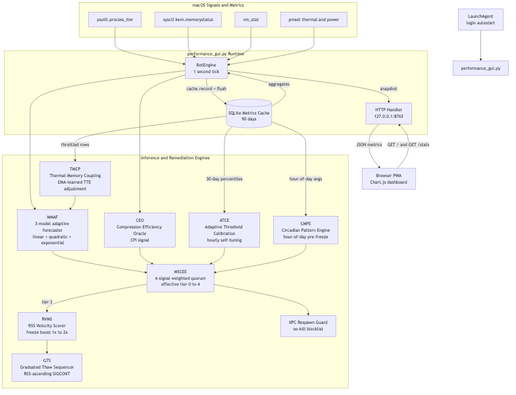
Earlier version of the Mermaid export docs/design-diagram.png (itsmeSugunakar/MAC_Perf_BOT). Its source is kept beside it as docs/design-diagram.mmd.
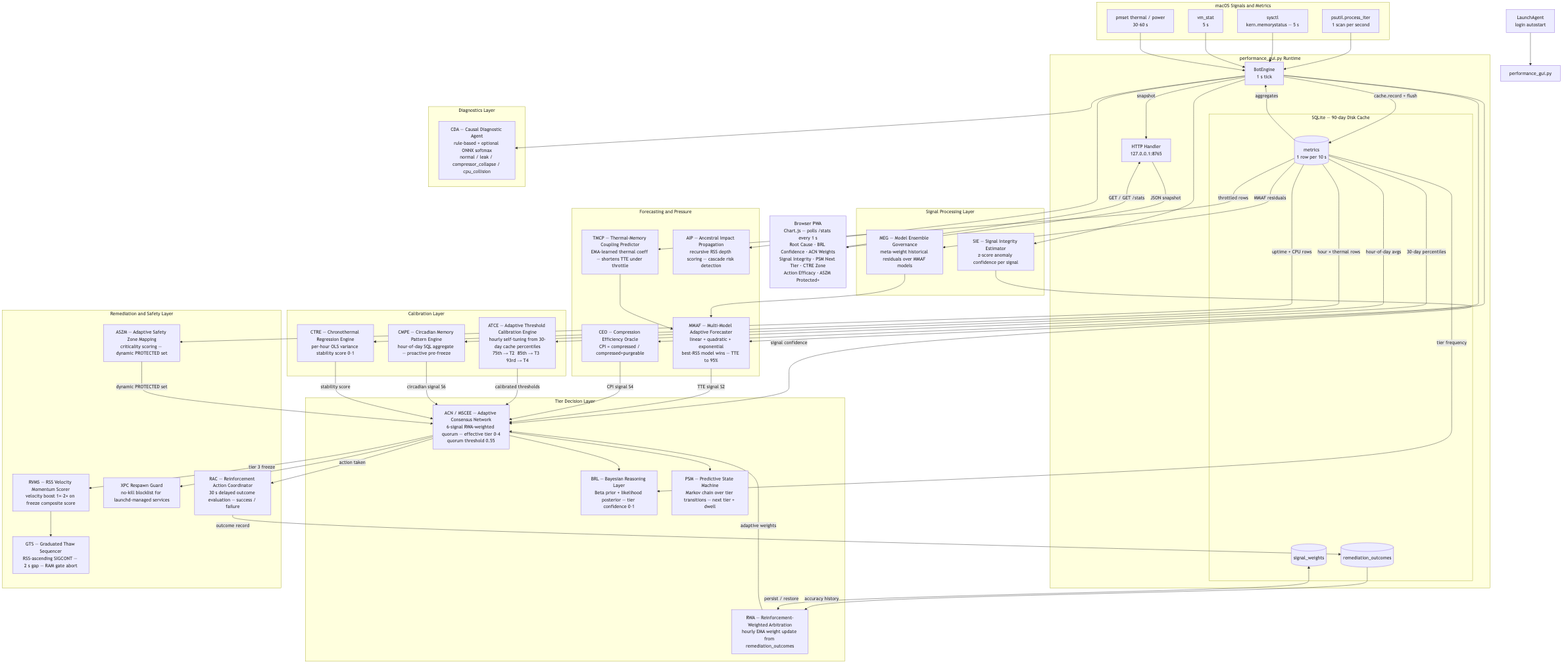
The same file after the commit.

Commit message:
feat: v2.0.0 — 5-layer autonomous resource management agent (19 engines)

What changed in the source:
```diff
@@ -2,20 +2,25 @@
   LA[LaunchAgent\nlogin autostart] --> GUI[performance_gui.py]
 
   subgraph APP[performance_gui.py Runtime]
-    BE[BotEngine\n1 second tick]
+    BE[BotEngine\n1 s tick]
     HTTP[HTTP Handler\n127.0.0.1:8765]
-    DB[(SQLite Metrics Cache\n90 days)]
+
+    subgraph STORE[SQLite — 90-day Disk Cache]
+      DM[(metrics\n1 row per 10 s)]
+      DRO[(remediation_outcomes)]
+      DSW[(signal_weights)]
+    end
 
     BE -->|snapshot| HTTP
-    BE -->|cache.record + flush| DB
-    DB -->|aggregates| BE
+    BE -->|cache.record + flush| DM
+    DM -->|aggregates| BE
   end
 
   subgraph OS[macOS Signals and Metrics]
-    PS[psutil.process_iter]
-    SYS[sysctl kern.memorystatus]
-    VM[vm_stat]
-    PM[pmset thermal and power]
+    PS[psutil.process_iter\n1 scan per second]
+    SYS[sysctl\nkern.memorystatus — 5 s]
+    VM[vm_stat\n5 s]
+    PM[pmset thermal / power\n30–60 s]
   end
 
   PS --> BE
@@ -23,31 +28,79 @@
   VM --> BE
   PM --> BE
 
-  subgraph ENGINES[Inference and Remediation Engines]
-    MMAF[MMAF\n3-model adaptive forecaster\nlinear + quadratic + exponential]
-    CEO[CEO\nCompression Efficiency Oracle\nCPI signal]
-    MSCEE[MSCEE\n6-signal weighted quorum\neffective tier 0 to 4]
-    ATCE[ATCE\nAdaptive Threshold Calibration\nhourly self-tuning]
-    CMPE[CMPE\nCircadian Pattern Engine\nhour-of-day pre-freeze]
-    TMCP[TMCP\nThermal-Memory Coupling\nEMA-learned TTE adjustment]
-    RVMS[RVMS\nRSS Velocity Scorer\nfreeze boost 1x to 2x]
-    GTS[GTS\nGraduated Thaw Sequencer\nRSS-ascending SIGCONT]
-    XG[XPC Respawn Guard\nno-kill blocklist]
+  subgraph L1[Signal Processing Layer]
+    SIE[SIE — Signal Integrity Estimator\nz-score anomaly confidence per signal]
+    MEG[MEG — Model Ensemble Governance\nmeta-weight historical residuals over MMAF models]
   end
 
+  subgraph L2[Forecasting and Pressure]
+    MMAF[MMAF — Multi-Model Adaptive Forecaster\nlinear + quadratic + exponential\nbest-RSS model wins — TTE to 95%]
+    CEO[CEO — Compression Efficiency Oracle\nCPI = compressed / compressed+purgeable]
+    TMCP[TMCP — Thermal-Memory Coupling Predictor\nEMA-learned thermal coeff — shortens TTE under throttle]
+    AIP[AIP — Ancestral Impact Propagation\nrecursive RSS depth scoring — cascade risk detection]
+  end
+
+  subgraph L3[Tier Decision Layer]
+    ACN[ACN / MSCEE — Adaptive Consensus Network\n6-signal RWA-weighted quorum — effective tier 0–4\nquorum threshold 0.55]
+    RWA[RWA — Reinforcement-Weighted Arbitration\nhourly EMA weight update from remediation_outcomes]
+    BRL[BRL — Bayesian Reasoning Layer\nBeta prior + likelihood posterior — tier confidence 0–1]
+    PSM[PSM — Predictive State Machine\nMarkov chain over tier transitions — next tier + dwell]
+  end
+
+  subgraph L4[Calibration Layer]
+    ATCE[ATCE — Adaptive Threshold Calibration Engine\nhourly self-tuning from 30-day cache percentiles\n75th → T2  85th → T3  93rd → T4]
+    CMPE[CMPE — Circadian Memory Pattern Engine\nhour-of-day SQL aggregate — proactive pre-freeze]
+    CTRE[CTRE — Chronothermal Regression Engine\nper-hour OLS variance stability score 0–1]
+  end
+
+  subgraph L5[Remediation and Safety Layer]
+    RVMS[RVMS — RSS Velocity Momentum Scorer\nvelocity boost 1×–2× on freeze composite score]
+    GTS[GTS — Graduated Thaw Sequencer\nRSS-ascending SIGCONT — 2 s gap — RAM gate abort]
+    XG[XPC Respawn Guard\nno-kill blocklist for launchd-managed services]
+    ASZM[ASZM — Adaptive Safety Zone Mapping\ncriticality scoring — dynamic PROTECTED set]
+    RAC[RAC — Reinforcement Action Coordinator\n30 s delayed outcome evaluation — success / failure]
+  end
+
+  subgraph L6[Diagnostics Layer]
+    CDA[CDA — Causal Diagnostic Agent\nrule-based + optional ONNX softmax\nnormal / leak / compressor_collapse / cpu_collision]
+  end
+
+  BE --> SIE
   BE --> MMAF
   BE --> CEO
-  MMAF --> MSCEE
-  CEO --> MSCEE
-  ATCE --> MSCEE
-  CMPE --> MSCEE
+  BE --> AIP
+  BE --> CDA
+
+  MEG --> MMAF
   TMCP --> MMAF
-  MSCEE -->|tier 3| RVMS
+
+  SIE -->|signal confidence| ACN
+  MMAF -->|TTE signal S2| ACN
+  CEO -->|CPI signal S4| ACN
+  RWA -->|adaptive weights| ACN
+  ATCE -->|calibrated thresholds| ACN
+  CMPE -->|circadian signal S6| ACN
+  CTRE -->|stability score| ACN
+  ASZM -->|dynamic PROTECTED set| ACN
+
+  ACN -->|tier 3 freeze| RVMS
   RVMS --> GTS
-  MSCEE --> XG
-  DB -->|30-day percentiles| ATCE
-  DB -->|hour-of-day avgs| CMPE
-  DB -->|throttled rows| TMCP
+  ACN --> XG
+  ACN --> PSM
+  ACN --> BRL
+  ACN -->|action taken| RAC
 
-  BR[Browser PWA\nChart.js dashboard] -->|GET / and GET /stats| HTTP
-  HTTP -->|JSON metrics| BR
+  RAC -->|outcome record| DRO
+  DRO -->|accuracy history| RWA
+  DSW <-->|persist / restore| RWA
+
+  DM -->|30-day percentiles| ATCE
+  DM -->|hour-of-day avgs| CMPE
+  DM -->|throttled rows| TMCP
+  DM -->|hour × thermal rows| CTRE
+  DM -->|tier frequency| BRL
+  DM -->|uptime + CPU rows| ASZM
+  DM -->|MMAF residuals| MEG
+
+  BR[Browser PWA\nChart.js — polls /stats every 1 s\nRoot Cause · BRL Confidence · ACN Weights\nSignal Integrity · PSM Next Tier · CTRE Zone\nAction Efficacy · ASZM Protected+] -->|GET /  GET /stats| HTTP
+  HTTP -->|JSON snapshot| BR
```
